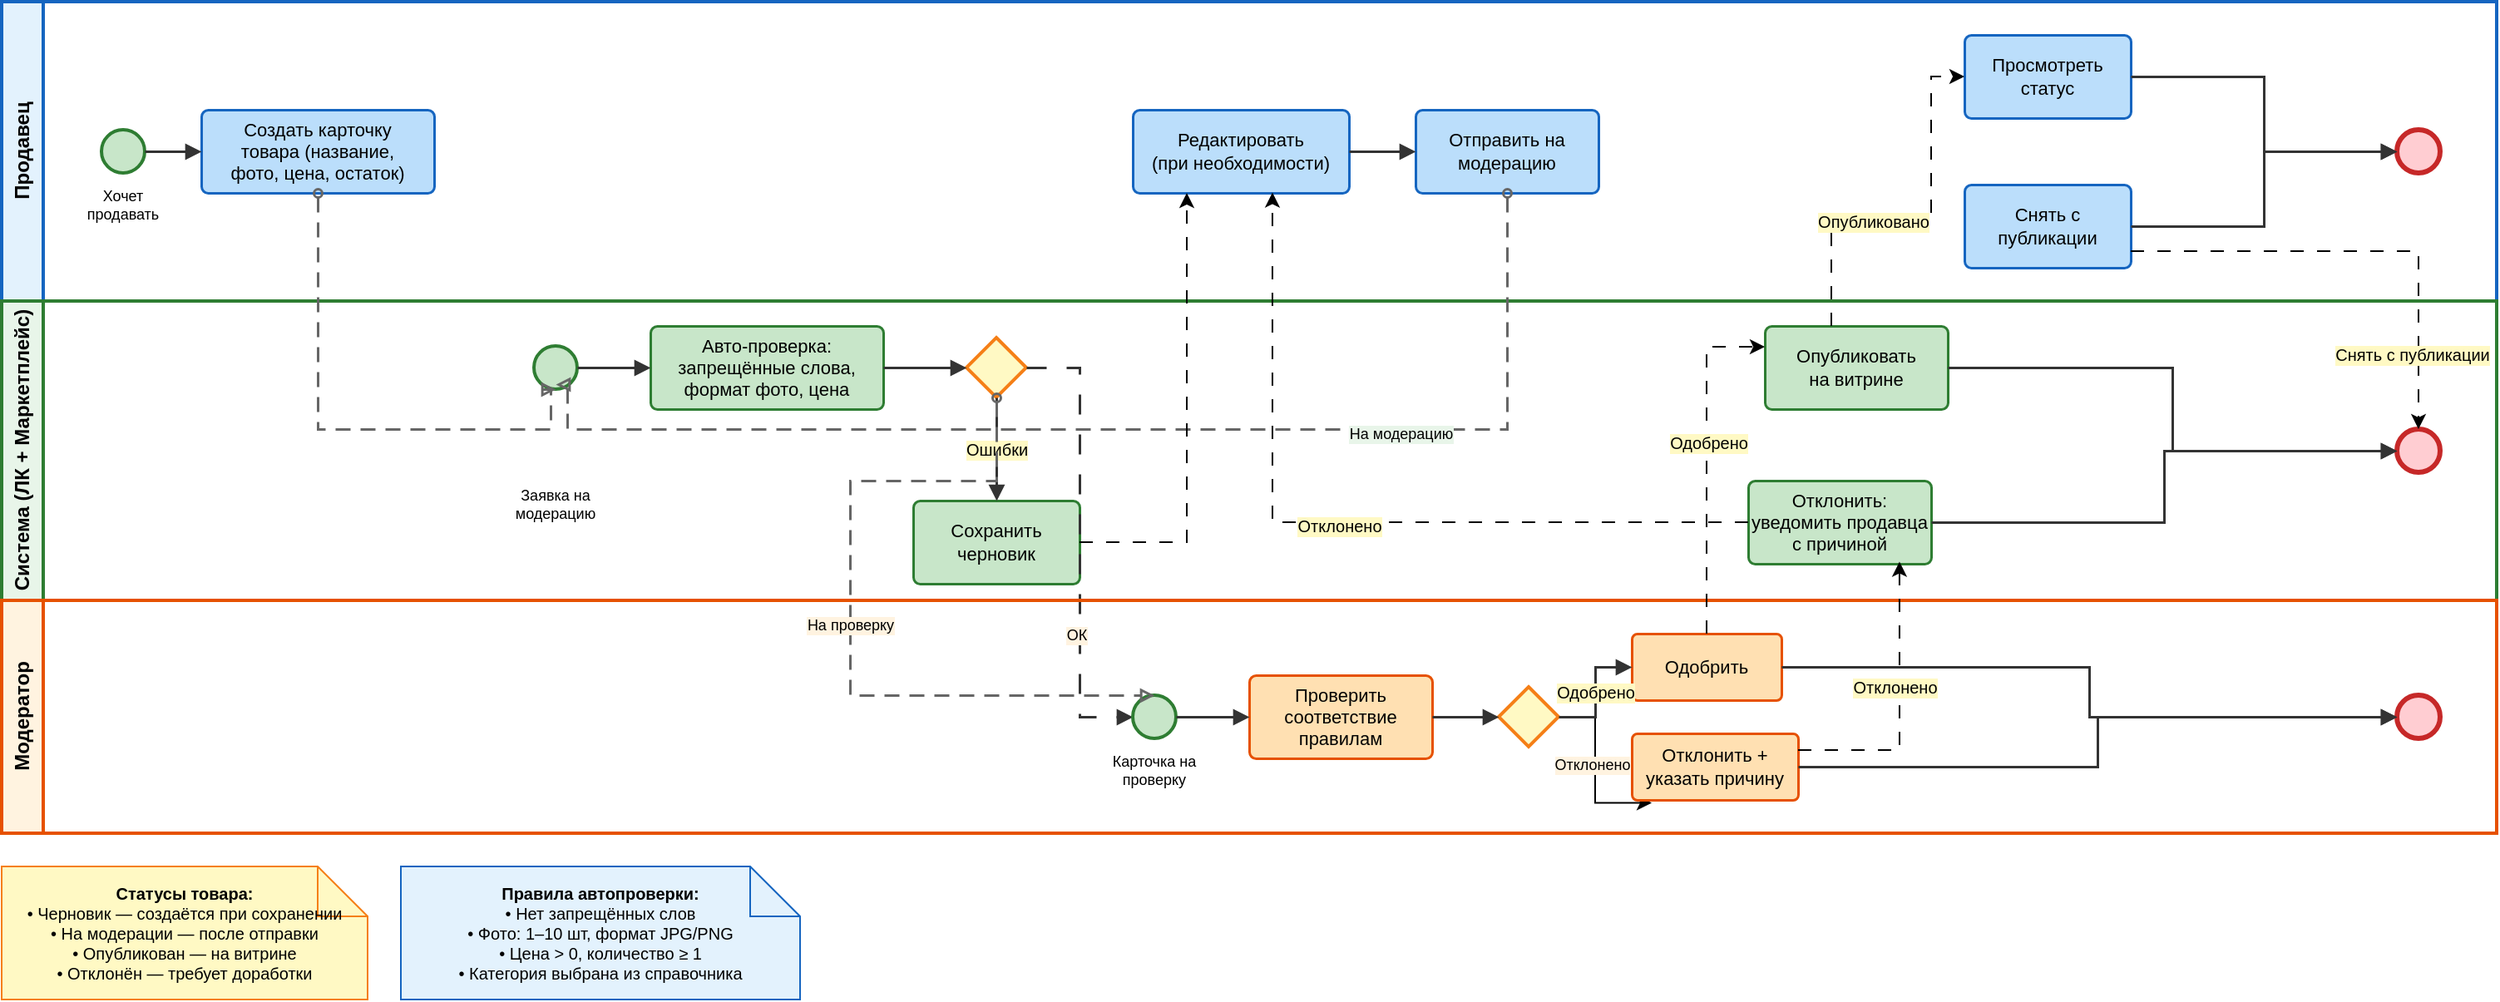
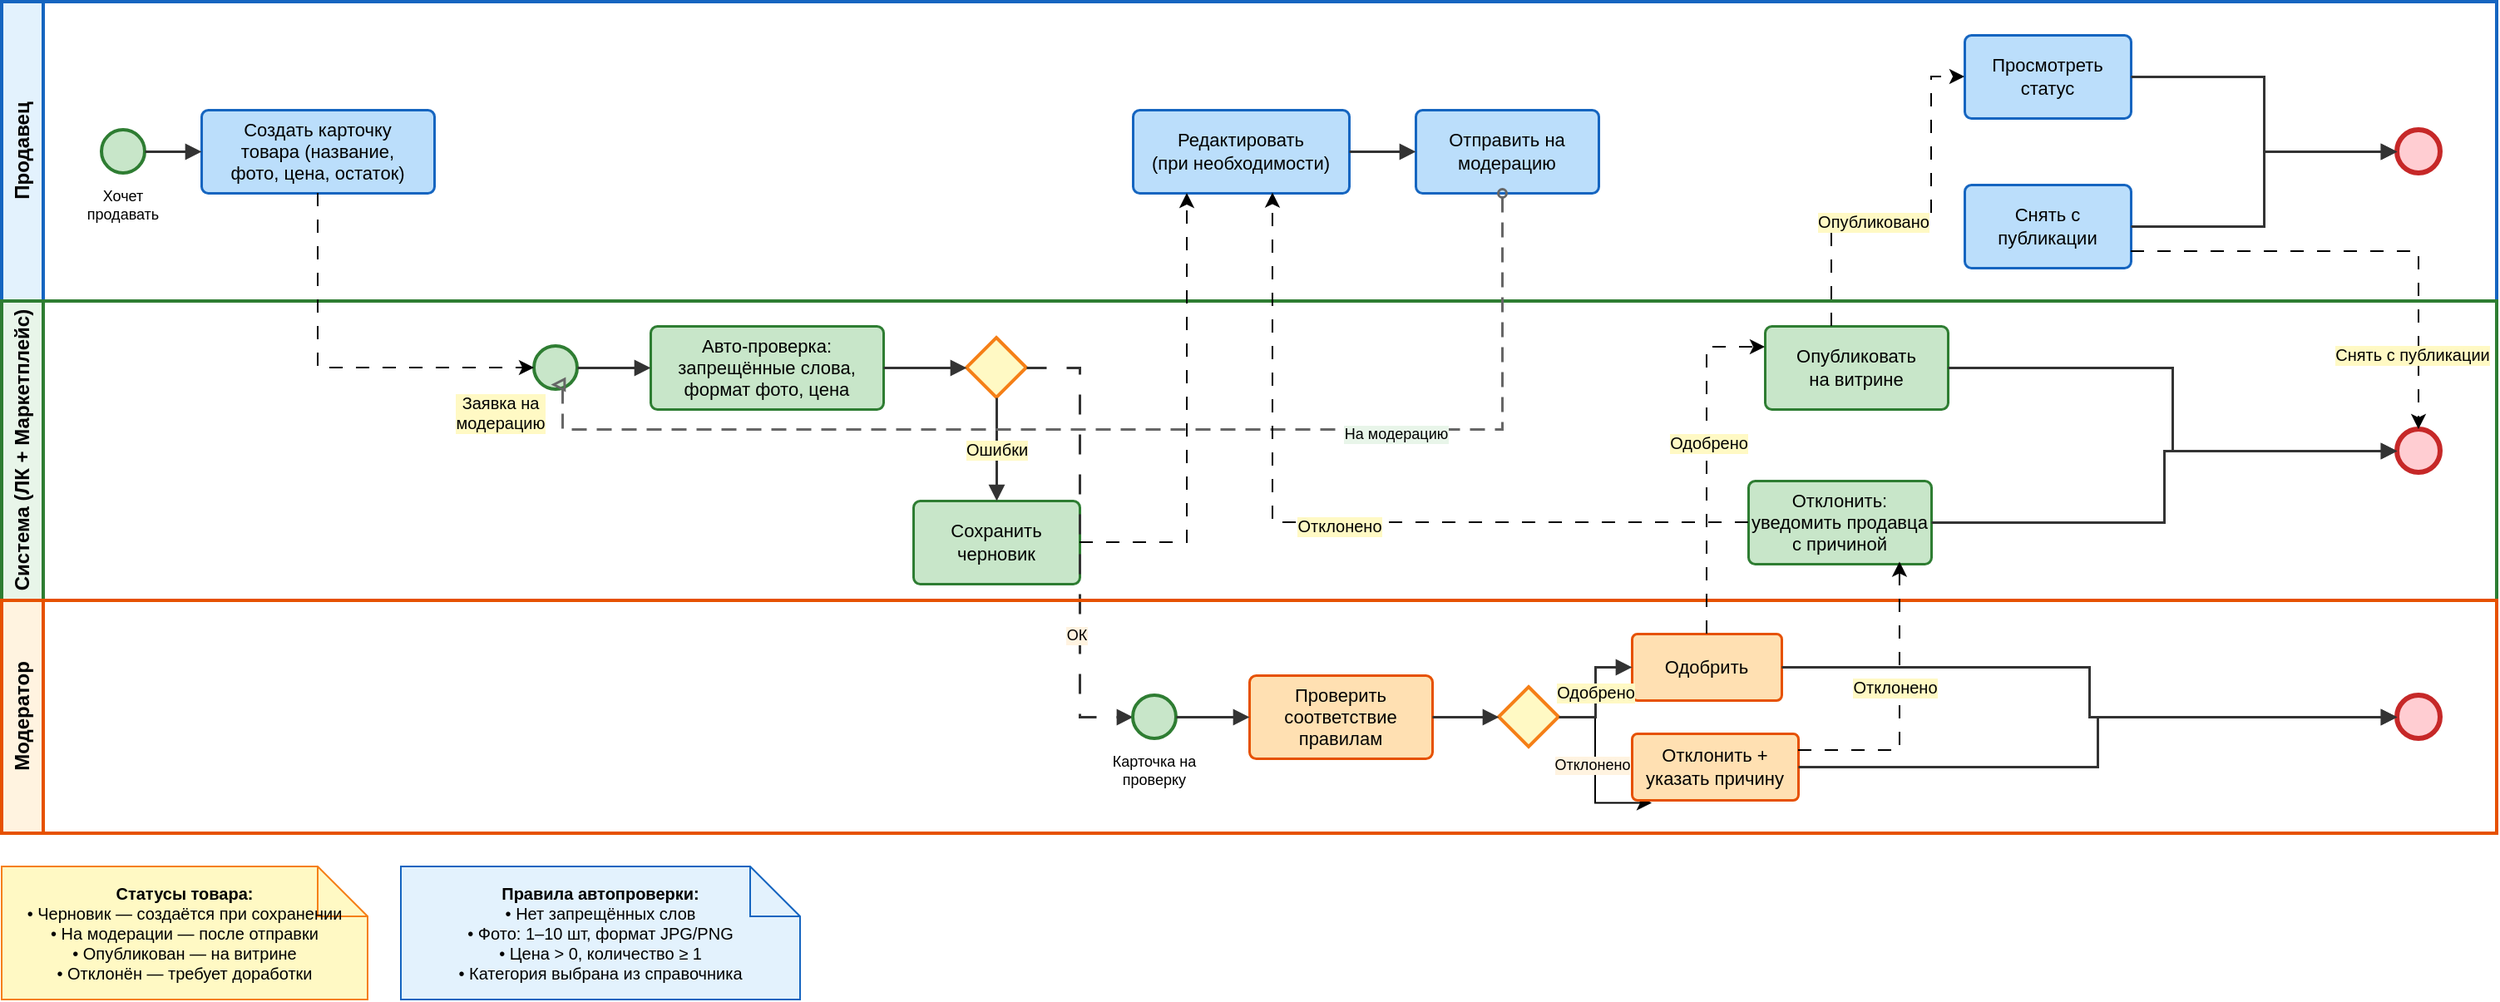
<mxfile host="app.diagrams.net" agent="Kimi">
  <diagram name="Публикация товара" id="product-publish-bpmn">
    <mxGraphModel dx="1288" dy="711" grid="1" gridSize="10" guides="1" tooltips="1" connect="1" arrows="1" fold="1" page="1" pageScale="1" pageWidth="1700" pageHeight="900" math="0" shadow="0">
      <root>
        <mxCell id="0" />
        <mxCell id="1" parent="0" />
        <mxCell id="pool-seller" parent="1" style="swimlane;horizontal=0;startSize=25;swimlaneLine=1;collapsible=0;fontStyle=1;fillColor=#E3F2FD;strokeColor=#1565C0;strokeWidth=2;fontSize=12;whiteSpace=wrap;" value="Продавец" vertex="1">
          <mxGeometry height="180" width="1500" x="40" y="40" as="geometry" />
        </mxCell>
        <mxCell id="start-seller" parent="pool-seller" style="ellipse;whiteSpace=wrap;html=1;aspect=fixed;fillColor=#C8E6C9;strokeColor=#2E7D32;strokeWidth=2;" value="" vertex="1">
          <mxGeometry height="26" width="26" x="60" y="77" as="geometry" />
        </mxCell>
        <mxCell id="lbl-start-seller" parent="pool-seller" style="text;html=1;strokeColor=none;fillColor=none;align=center;verticalAlign=top;whiteSpace=wrap;rounded=0;fontSize=9;" value="Хочет&#xa;продавать" vertex="1">
          <mxGeometry height="28" width="60" x="43" y="105" as="geometry" />
        </mxCell>
        <mxCell id="task-create" parent="pool-seller" style="rounded=1;whiteSpace=wrap;html=1;arcSize=8;fillColor=#BBDEFB;strokeColor=#1565C0;strokeWidth=1.5;fontSize=11;" value="Создать карточку&#xa;товара (название,&#xa;фото, цена, остаток)" vertex="1">
          <mxGeometry height="50" width="140" x="120" y="65" as="geometry" />
        </mxCell>
        <mxCell id="task-edit" parent="pool-seller" style="rounded=1;whiteSpace=wrap;html=1;arcSize=8;fillColor=#BBDEFB;strokeColor=#1565C0;strokeWidth=1.5;fontSize=11;" value="Редактировать&#xa;(при необходимости)" vertex="1">
          <mxGeometry height="50" width="130" x="680" y="65" as="geometry" />
        </mxCell>
        <mxCell id="task-send" parent="pool-seller" style="rounded=1;whiteSpace=wrap;html=1;arcSize=8;fillColor=#BBDEFB;strokeColor=#1565C0;strokeWidth=1.5;fontSize=11;" value="Отправить на&#xa;модерацию" vertex="1">
          <mxGeometry height="50" width="110" x="850" y="65" as="geometry" />
        </mxCell>
        <mxCell id="task-view-status" parent="pool-seller" style="rounded=1;whiteSpace=wrap;html=1;arcSize=8;fillColor=#BBDEFB;strokeColor=#1565C0;strokeWidth=1.5;fontSize=11;" value="Просмотреть&#xa;статус" vertex="1">
          <mxGeometry height="50" width="100" x="1180" y="20" as="geometry" />
        </mxCell>
        <mxCell id="task-unpublish" parent="pool-seller" style="rounded=1;whiteSpace=wrap;html=1;arcSize=8;fillColor=#BBDEFB;strokeColor=#1565C0;strokeWidth=1.5;fontSize=11;" value="Снять с&#xa;публикации" vertex="1">
          <mxGeometry height="50" width="100" x="1180" y="110" as="geometry" />
        </mxCell>
        <mxCell id="end-seller" parent="pool-seller" style="ellipse;whiteSpace=wrap;html=1;aspect=fixed;fillColor=#FFCDD2;strokeColor=#C62828;strokeWidth=3;" value="" vertex="1">
          <mxGeometry height="26" width="26" x="1440" y="77" as="geometry" />
        </mxCell>
        <mxCell id="sf-s1" edge="1" parent="pool-seller" source="start-seller" style="edgeStyle=orthogonalEdgeStyle;rounded=0;orthogonalLoop=1;jettySize=auto;html=1;exitX=1;exitY=0.5;exitDx=0;exitDy=0;entryX=0;entryY=0.5;entryDx=0;entryDy=0;strokeColor=#333333;strokeWidth=1.5;endArrow=block;endFill=1;" target="task-create" value="">
          <mxGeometry relative="1" as="geometry" />
        </mxCell>
        <mxCell id="sf-s2" edge="1" parent="pool-seller" source="task-edit" style="edgeStyle=orthogonalEdgeStyle;rounded=0;orthogonalLoop=1;jettySize=auto;html=1;exitX=1;exitY=0.5;exitDx=0;exitDy=0;entryX=0;entryY=0.5;entryDx=0;entryDy=0;strokeColor=#333333;strokeWidth=1.5;endArrow=block;endFill=1;" target="task-send" value="">
          <mxGeometry relative="1" as="geometry" />
        </mxCell>
        <mxCell id="sf-s3" edge="1" parent="pool-seller" source="task-view-status" style="edgeStyle=orthogonalEdgeStyle;rounded=0;orthogonalLoop=1;jettySize=auto;html=1;exitX=1;exitY=0.5;exitDx=0;exitDy=0;entryX=0;entryY=0.5;entryDx=0;entryDy=0;strokeColor=#333333;strokeWidth=1.5;endArrow=block;endFill=1;" target="end-seller" value="">
          <mxGeometry relative="1" as="geometry" />
        </mxCell>
        <mxCell id="sf-s4" edge="1" parent="pool-seller" source="task-unpublish" style="edgeStyle=orthogonalEdgeStyle;rounded=0;orthogonalLoop=1;jettySize=auto;html=1;exitX=1;exitY=0.5;exitDx=0;exitDy=0;entryX=0;entryY=0.5;entryDx=0;entryDy=0;strokeColor=#333333;strokeWidth=1.5;endArrow=block;endFill=1;" target="end-seller" value="">
          <mxGeometry relative="1" as="geometry" />
        </mxCell>
        <mxCell id="pool-system" parent="1" style="swimlane;horizontal=0;startSize=25;swimlaneLine=1;collapsible=0;fontStyle=1;fillColor=#E8F5E9;strokeColor=#2E7D32;strokeWidth=2;fontSize=12;whiteSpace=wrap;" value="Система (ЛК + Маркетплейс)" vertex="1">
          <mxGeometry height="180" width="1500" x="40" y="220" as="geometry" />
        </mxCell>
        <mxCell id="start-system" parent="pool-system" style="ellipse;whiteSpace=wrap;html=1;aspect=fixed;fillColor=#C8E6C9;strokeColor=#2E7D32;strokeWidth=2;" value="" vertex="1">
          <mxGeometry height="26" width="26" x="320" y="27" as="geometry" />
        </mxCell>
-         <mxCell id="lbl-start-system" parent="pool-system" style="text;html=1;strokeColor=none;fillColor=none;align=center;verticalAlign=top;whiteSpace=wrap;rounded=0;fontSize=9;" value="Заявка на&#xa;модерацию" vertex="1">
-           <mxGeometry height="28" width="60" x="303" y="105" as="geometry" />
+         <mxCell id="lbl-start-system" parent="pool-system" style="text;html=1;strokeColor=none;fillColor=none;align=center;verticalAlign=middle;whiteSpace=wrap;rounded=0;fontSize=10;fontFamily=Helvetica;fontColor=default;fontStyle=0;labelBackgroundColor=#FFF9C4;" value="Заявка на&#xa;модерацию" vertex="1">
+           <mxGeometry height="28" width="60" x="270" y="53" as="geometry" />
        </mxCell>
        <mxCell id="task-validate" parent="pool-system" style="rounded=1;whiteSpace=wrap;html=1;arcSize=8;fillColor=#C8E6C9;strokeColor=#2E7D32;strokeWidth=1.5;fontSize=11;" value="Авто-проверка:&#xa;запрещённые слова,&#xa;формат фото, цена" vertex="1">
          <mxGeometry height="50" width="140" x="390" y="15" as="geometry" />
        </mxCell>
        <mxCell id="gateway-auto" parent="pool-system" style="rhombus;whiteSpace=wrap;html=1;fillColor=#FFF9C4;strokeColor=#F57F17;strokeWidth=2;" value="" vertex="1">
          <mxGeometry height="36" width="36" x="580" y="22" as="geometry" />
        </mxCell>
        <mxCell id="task-save-draft" parent="pool-system" style="rounded=1;whiteSpace=wrap;html=1;arcSize=8;fillColor=#C8E6C9;strokeColor=#2E7D32;strokeWidth=1.5;fontSize=11;" value="Сохранить&#xa;черновик" vertex="1">
          <mxGeometry height="50" width="100" x="548" y="120" as="geometry" />
        </mxCell>
        <mxCell id="task-publish" parent="pool-system" style="rounded=1;whiteSpace=wrap;html=1;arcSize=8;fillColor=#C8E6C9;strokeColor=#2E7D32;strokeWidth=1.5;fontSize=11;" value="Опубликовать&#xa;на витрине" vertex="1">
          <mxGeometry height="50" width="110" x="1060" y="15" as="geometry" />
        </mxCell>
        <mxCell id="task-reject-sys" parent="pool-system" style="rounded=1;whiteSpace=wrap;html=1;arcSize=8;fillColor=#C8E6C9;strokeColor=#2E7D32;strokeWidth=1.5;fontSize=11;" value="Отклонить:&#xa;уведомить продавца&#xa;с причиной" vertex="1">
          <mxGeometry height="50" width="110" x="1050" y="108" as="geometry" />
        </mxCell>
        <mxCell id="end-system-ok" parent="pool-system" style="ellipse;whiteSpace=wrap;html=1;aspect=fixed;fillColor=#FFCDD2;strokeColor=#C62828;strokeWidth=3;" value="" vertex="1">
          <mxGeometry height="26" width="26" x="1440" y="77" as="geometry" />
        </mxCell>
        <mxCell id="sf-sys1" edge="1" parent="pool-system" source="start-system" style="edgeStyle=orthogonalEdgeStyle;rounded=0;orthogonalLoop=1;jettySize=auto;html=1;exitX=1;exitY=0.5;exitDx=0;exitDy=0;entryX=0;entryY=0.5;entryDx=0;entryDy=0;strokeColor=#333333;strokeWidth=1.5;endArrow=block;endFill=1;" target="task-validate" value="">
          <mxGeometry relative="1" as="geometry" />
        </mxCell>
        <mxCell id="sf-sys2" edge="1" parent="pool-system" source="task-validate" style="edgeStyle=orthogonalEdgeStyle;rounded=0;orthogonalLoop=1;jettySize=auto;html=1;exitX=1;exitY=0.5;exitDx=0;exitDy=0;entryX=0;entryY=0.5;entryDx=0;entryDy=0;strokeColor=#333333;strokeWidth=1.5;endArrow=block;endFill=1;" target="gateway-auto" value="">
          <mxGeometry relative="1" as="geometry" />
        </mxCell>
        <mxCell id="sf-sys3" edge="1" parent="pool-system" source="gateway-auto" style="edgeStyle=orthogonalEdgeStyle;rounded=0;orthogonalLoop=1;jettySize=auto;html=1;exitX=0.5;exitY=1;exitDx=0;exitDy=0;entryX=0.5;entryY=0;entryDx=0;entryDy=0;strokeColor=#333333;strokeWidth=1.5;endArrow=block;endFill=1;labelBackgroundColor=#FFF9C4;fontSize=10;" target="task-save-draft" value="Ошибки">
          <mxGeometry relative="1" as="geometry" />
        </mxCell>
        <mxCell id="sf-sys4" edge="1" parent="pool-system" source="gateway-auto" style="edgeStyle=orthogonalEdgeStyle;rounded=0;orthogonalLoop=1;jettySize=auto;html=1;exitX=1;exitY=0.5;exitDx=0;exitDy=0;entryX=0;entryY=0.5;entryDx=0;entryDy=0;strokeColor=#333333;strokeWidth=1.5;endArrow=block;endFill=1;labelBackgroundColor=#FFF9C4;fontSize=10;dashed=1;dashPattern=8 8;" target="start-moderator" value="">
          <mxGeometry relative="1" as="geometry" />
        </mxCell>
        <mxCell id="LQupT064AYVrGXeOsNIc-1" connectable="0" parent="sf-sys4" style="edgeLabel;html=1;align=center;verticalAlign=middle;resizable=0;points=[];fontFamily=Helvetica;fontSize=9;fontColor=default;fontStyle=0;labelBackgroundColor=#FFF3E0;" value="ОК" vertex="1">
          <mxGeometry relative="1" x="0.4081" y="-2" as="geometry">
            <mxPoint as="offset" />
          </mxGeometry>
        </mxCell>
        <mxCell id="sf-sys5" edge="1" parent="pool-system" source="task-publish" style="edgeStyle=orthogonalEdgeStyle;rounded=0;orthogonalLoop=1;jettySize=auto;html=1;exitX=1;exitY=0.5;exitDx=0;exitDy=0;entryX=0;entryY=0.5;entryDx=0;entryDy=0;strokeColor=#333333;strokeWidth=1.5;endArrow=block;endFill=1;" target="end-system-ok" value="">
          <mxGeometry relative="1" as="geometry" />
        </mxCell>
        <mxCell id="sf-sys6" edge="1" parent="pool-system" source="task-reject-sys" style="edgeStyle=orthogonalEdgeStyle;rounded=0;orthogonalLoop=1;jettySize=auto;html=1;exitX=1;exitY=0.5;exitDx=0;exitDy=0;entryX=0;entryY=0.5;entryDx=0;entryDy=0;strokeColor=#333333;strokeWidth=1.5;endArrow=block;endFill=1;" target="end-system-ok" value="">
          <mxGeometry relative="1" as="geometry" />
        </mxCell>
-         <mxCell id="pool-moderator" parent="1" style="swimlane;horizontal=0;startSize=25;swimlaneLine=1;collapsible=0;fontStyle=1;fillColor=#FFF3E0;strokeColor=#E65100;strokeWidth=2;fontSize=12;whiteSpace=wrap;" value="Модератор" vertex="1">
-           <mxGeometry height="140" width="1500" x="40" y="400" as="geometry" />
-         </mxCell>
-         <mxCell id="start-moderator" parent="pool-moderator" style="ellipse;whiteSpace=wrap;html=1;aspect=fixed;fillColor=#C8E6C9;strokeColor=#2E7D32;strokeWidth=2;" value="" vertex="1">
-           <mxGeometry height="26" width="26" x="680" y="57" as="geometry" />
-         </mxCell>
-         <mxCell id="lbl-start-mod" parent="pool-moderator" style="text;html=1;strokeColor=none;fillColor=none;align=center;verticalAlign=top;whiteSpace=wrap;rounded=0;fontSize=9;" value="Карточка на&#xa;проверку" vertex="1">
-           <mxGeometry height="28" width="60" x="663" y="85" as="geometry" />
-         </mxCell>
-         <mxCell id="task-check" parent="pool-moderator" style="rounded=1;whiteSpace=wrap;html=1;arcSize=8;fillColor=#FFE0B2;strokeColor=#E65100;strokeWidth=1.5;fontSize=11;" value="Проверить&#xa;соответствие&#xa;правилам" vertex="1">
-           <mxGeometry height="50" width="110" x="750" y="45" as="geometry" />
-         </mxCell>
-         <mxCell id="LQupT064AYVrGXeOsNIc-2" edge="1" parent="pool-moderator" source="gateway-mod" style="edgeStyle=orthogonalEdgeStyle;rounded=0;orthogonalLoop=1;jettySize=auto;html=1;entryX=0.12;entryY=1.044;entryDx=0;entryDy=0;entryPerimeter=0;" target="task-reject-mod">
-           <mxGeometry relative="1" as="geometry">
-             <mxPoint x="918" y="130" as="targetPoint" />
-           </mxGeometry>
-         </mxCell>
-         <mxCell id="LQupT064AYVrGXeOsNIc-4" connectable="0" parent="LQupT064AYVrGXeOsNIc-2" style="edgeLabel;html=1;align=center;verticalAlign=middle;resizable=0;points=[];fontFamily=Helvetica;fontSize=9;fontColor=default;fontStyle=0;labelBackgroundColor=#FFF3E0;" value="Отклонено" vertex="1">
-           <mxGeometry relative="1" x="-0.0534" y="-2" as="geometry">
-             <mxPoint as="offset" />
-           </mxGeometry>
-         </mxCell>
-         <mxCell id="gateway-mod" parent="pool-moderator" style="rhombus;whiteSpace=wrap;html=1;fillColor=#FFF9C4;strokeColor=#F57F17;strokeWidth=2;" value="" vertex="1">
-           <mxGeometry height="36" width="36" x="900" y="52" as="geometry" />
-         </mxCell>
-         <mxCell id="task-approve" parent="pool-moderator" style="rounded=1;whiteSpace=wrap;html=1;arcSize=8;fillColor=#FFE0B2;strokeColor=#E65100;strokeWidth=1.5;fontSize=11;" value="Одобрить" vertex="1">
-           <mxGeometry height="40" width="90" x="980" y="20" as="geometry" />
-         </mxCell>
-         <mxCell id="task-reject-mod" parent="pool-moderator" style="rounded=1;whiteSpace=wrap;html=1;arcSize=8;fillColor=#FFE0B2;strokeColor=#E65100;strokeWidth=1.5;fontSize=11;" value="Отклонить +&#xa;указать причину" vertex="1">
-           <mxGeometry height="40" width="100" x="980" y="80" as="geometry" />
-         </mxCell>
-         <mxCell id="end-mod" parent="pool-moderator" style="ellipse;whiteSpace=wrap;html=1;aspect=fixed;fillColor=#FFCDD2;strokeColor=#C62828;strokeWidth=3;" value="" vertex="1">
-           <mxGeometry height="26" width="26" x="1440" y="57" as="geometry" />
-         </mxCell>
-         <mxCell id="sf-m1" edge="1" parent="pool-moderator" source="start-moderator" style="edgeStyle=orthogonalEdgeStyle;rounded=0;orthogonalLoop=1;jettySize=auto;html=1;exitX=1;exitY=0.5;exitDx=0;exitDy=0;entryX=0;entryY=0.5;entryDx=0;entryDy=0;strokeColor=#333333;strokeWidth=1.5;endArrow=block;endFill=1;" target="task-check" value="">
-           <mxGeometry relative="1" as="geometry" />
-         </mxCell>
-         <mxCell id="sf-m2" edge="1" parent="pool-moderator" source="task-check" style="edgeStyle=orthogonalEdgeStyle;rounded=0;orthogonalLoop=1;jettySize=auto;html=1;exitX=1;exitY=0.5;exitDx=0;exitDy=0;entryX=0;entryY=0.5;entryDx=0;entryDy=0;strokeColor=#333333;strokeWidth=1.5;endArrow=block;endFill=1;" target="gateway-mod" value="">
-           <mxGeometry relative="1" as="geometry" />
-         </mxCell>
-         <mxCell id="sf-m3" edge="1" parent="pool-moderator" source="gateway-mod" style="edgeStyle=orthogonalEdgeStyle;rounded=0;orthogonalLoop=1;jettySize=auto;html=1;exitX=1;exitY=0.5;exitDx=0;exitDy=0;entryX=0;entryY=0.5;entryDx=0;entryDy=0;strokeColor=#333333;strokeWidth=1.5;endArrow=block;endFill=1;labelBackgroundColor=#FFF9C4;fontSize=10;" target="task-approve" value="Одобрено">
-           <mxGeometry relative="1" x="0.0135" as="geometry">
-             <mxPoint as="offset" />
-           </mxGeometry>
-         </mxCell>
-         <mxCell id="sf-m5" edge="1" parent="pool-moderator" source="task-approve" style="edgeStyle=orthogonalEdgeStyle;rounded=0;orthogonalLoop=1;jettySize=auto;html=1;exitX=1;exitY=0.5;exitDx=0;exitDy=0;entryX=0;entryY=0.5;entryDx=0;entryDy=0;strokeColor=#333333;strokeWidth=1.5;endArrow=block;endFill=1;" target="end-mod" value="">
-           <mxGeometry relative="1" as="geometry" />
-         </mxCell>
-         <mxCell id="sf-m6" edge="1" parent="pool-moderator" source="task-reject-mod" style="edgeStyle=orthogonalEdgeStyle;rounded=0;orthogonalLoop=1;jettySize=auto;html=1;exitX=1;exitY=0.5;exitDx=0;exitDy=0;entryX=0;entryY=0.5;entryDx=0;entryDy=0;strokeColor=#333333;strokeWidth=1.5;endArrow=block;endFill=1;" target="end-mod" value="">
-           <mxGeometry relative="1" as="geometry" />
-         </mxCell>
-         <mxCell id="mf1" edge="1" parent="1" source="task-create" style="edgeStyle=orthogonalEdgeStyle;rounded=0;orthogonalLoop=1;jettySize=auto;html=1;exitX=0.5;exitY=1;exitDx=0;exitDy=0;entryX=0.5;entryY=1;entryDx=0;entryDy=0;strokeColor=#666666;strokeWidth=1.5;dashed=1;dashPattern=6 4;startArrow=oval;startFill=0;startSize=5;endArrow=block;endFill=0;endSize=5;" target="start-system" value="">
-           <mxGeometry relative="1" as="geometry">
-             <Array as="points">
-               <mxPoint x="230" y="297" />
-               <mxPoint x="370" y="297" />
-               <mxPoint x="370" y="273" />
-             </Array>
-           </mxGeometry>
-         </mxCell>
-         <mxCell id="mf3" edge="1" parent="1" source="task-send" style="edgeStyle=orthogonalEdgeStyle;rounded=0;orthogonalLoop=1;jettySize=auto;html=1;exitX=0.5;exitY=1;exitDx=0;exitDy=0;strokeColor=#666666;strokeWidth=1.5;dashed=1;dashPattern=6 4;startArrow=oval;startFill=0;startSize=5;endArrow=block;endFill=0;endSize=5;fontSize=9;labelBackgroundColor=#E8F5E9;" value="На модерацию">
+         <mxCell id="mf3" edge="1" parent="pool-system" style="edgeStyle=orthogonalEdgeStyle;rounded=0;orthogonalLoop=1;jettySize=auto;html=1;exitX=0.5;exitY=1;exitDx=0;exitDy=0;strokeColor=#666666;strokeWidth=1.5;dashed=1;dashPattern=6 4;startArrow=oval;startFill=0;startSize=5;endArrow=block;endFill=0;endSize=5;fontSize=9;labelBackgroundColor=#E8F5E9;" value="На модерацию">
          <mxGeometry relative="1" x="-0.4413" y="3" as="geometry">
            <mxPoint x="1" as="offset" />
            <Array as="points">
-               <mxPoint x="945" y="297" />
-               <mxPoint x="380" y="297" />
-               <mxPoint x="380" y="270" />
+               <mxPoint x="902" y="77" />
+               <mxPoint x="337" y="77" />
+               <mxPoint x="337" y="50" />
            </Array>
-             <mxPoint x="373" y="270" as="targetPoint" />
-           </mxGeometry>
-         </mxCell>
-         <mxCell id="mf4" edge="1" parent="1" source="gateway-auto" style="edgeStyle=orthogonalEdgeStyle;rounded=0;orthogonalLoop=1;jettySize=auto;html=1;exitX=0.5;exitY=1;exitDx=0;exitDy=0;entryX=0.5;entryY=0;entryDx=0;entryDy=0;strokeColor=#666666;strokeWidth=1.5;dashed=1;dashPattern=6 4;startArrow=oval;startFill=0;startSize=5;endArrow=block;endFill=0;endSize=5;fontSize=9;labelBackgroundColor=#FFF3E0;" target="start-moderator" value="На проверку">
-           <mxGeometry relative="1" as="geometry">
-             <Array as="points">
-               <mxPoint x="638" y="328" />
-               <mxPoint x="550" y="328" />
-               <mxPoint x="550" y="457" />
-             </Array>
-           </mxGeometry>
+             <mxPoint x="902" y="-65" as="sourcePoint" />
+             <mxPoint x="330" y="50" as="targetPoint" />
+           </mxGeometry>
+         </mxCell>
+         <mxCell id="pool-moderator" parent="1" style="swimlane;horizontal=0;startSize=25;swimlaneLine=1;collapsible=0;fontStyle=1;fillColor=#FFF3E0;strokeColor=#E65100;strokeWidth=2;fontSize=12;whiteSpace=wrap;" value="Модератор" vertex="1">
+           <mxGeometry height="140" width="1500" x="40" y="400" as="geometry" />
+         </mxCell>
+         <mxCell id="start-moderator" parent="pool-moderator" style="ellipse;whiteSpace=wrap;html=1;aspect=fixed;fillColor=#C8E6C9;strokeColor=#2E7D32;strokeWidth=2;" value="" vertex="1">
+           <mxGeometry height="26" width="26" x="680" y="57" as="geometry" />
+         </mxCell>
+         <mxCell id="lbl-start-mod" parent="pool-moderator" style="text;html=1;strokeColor=none;fillColor=none;align=center;verticalAlign=top;whiteSpace=wrap;rounded=0;fontSize=9;" value="Карточка на&#xa;проверку" vertex="1">
+           <mxGeometry height="28" width="60" x="663" y="85" as="geometry" />
+         </mxCell>
+         <mxCell id="task-check" parent="pool-moderator" style="rounded=1;whiteSpace=wrap;html=1;arcSize=8;fillColor=#FFE0B2;strokeColor=#E65100;strokeWidth=1.5;fontSize=11;" value="Проверить&#xa;соответствие&#xa;правилам" vertex="1">
+           <mxGeometry height="50" width="110" x="750" y="45" as="geometry" />
+         </mxCell>
+         <mxCell id="LQupT064AYVrGXeOsNIc-2" edge="1" parent="pool-moderator" source="gateway-mod" style="edgeStyle=orthogonalEdgeStyle;rounded=0;orthogonalLoop=1;jettySize=auto;html=1;entryX=0.12;entryY=1.044;entryDx=0;entryDy=0;entryPerimeter=0;" target="task-reject-mod">
+           <mxGeometry relative="1" as="geometry">
+             <mxPoint x="918" y="130" as="targetPoint" />
+           </mxGeometry>
+         </mxCell>
+         <mxCell id="LQupT064AYVrGXeOsNIc-4" connectable="0" parent="LQupT064AYVrGXeOsNIc-2" style="edgeLabel;html=1;align=center;verticalAlign=middle;resizable=0;points=[];fontFamily=Helvetica;fontSize=9;fontColor=default;fontStyle=0;labelBackgroundColor=#FFF3E0;" value="Отклонено" vertex="1">
+           <mxGeometry relative="1" x="-0.0534" y="-2" as="geometry">
+             <mxPoint as="offset" />
+           </mxGeometry>
+         </mxCell>
+         <mxCell id="gateway-mod" parent="pool-moderator" style="rhombus;whiteSpace=wrap;html=1;fillColor=#FFF9C4;strokeColor=#F57F17;strokeWidth=2;" value="" vertex="1">
+           <mxGeometry height="36" width="36" x="900" y="52" as="geometry" />
+         </mxCell>
+         <mxCell id="task-approve" parent="pool-moderator" style="rounded=1;whiteSpace=wrap;html=1;arcSize=8;fillColor=#FFE0B2;strokeColor=#E65100;strokeWidth=1.5;fontSize=11;" value="Одобрить" vertex="1">
+           <mxGeometry height="40" width="90" x="980" y="20" as="geometry" />
+         </mxCell>
+         <mxCell id="task-reject-mod" parent="pool-moderator" style="rounded=1;whiteSpace=wrap;html=1;arcSize=8;fillColor=#FFE0B2;strokeColor=#E65100;strokeWidth=1.5;fontSize=11;" value="Отклонить +&#xa;указать причину" vertex="1">
+           <mxGeometry height="40" width="100" x="980" y="80" as="geometry" />
+         </mxCell>
+         <mxCell id="end-mod" parent="pool-moderator" style="ellipse;whiteSpace=wrap;html=1;aspect=fixed;fillColor=#FFCDD2;strokeColor=#C62828;strokeWidth=3;" value="" vertex="1">
+           <mxGeometry height="26" width="26" x="1440" y="57" as="geometry" />
+         </mxCell>
+         <mxCell id="sf-m1" edge="1" parent="pool-moderator" source="start-moderator" style="edgeStyle=orthogonalEdgeStyle;rounded=0;orthogonalLoop=1;jettySize=auto;html=1;exitX=1;exitY=0.5;exitDx=0;exitDy=0;entryX=0;entryY=0.5;entryDx=0;entryDy=0;strokeColor=#333333;strokeWidth=1.5;endArrow=block;endFill=1;" target="task-check" value="">
+           <mxGeometry relative="1" as="geometry" />
+         </mxCell>
+         <mxCell id="sf-m2" edge="1" parent="pool-moderator" source="task-check" style="edgeStyle=orthogonalEdgeStyle;rounded=0;orthogonalLoop=1;jettySize=auto;html=1;exitX=1;exitY=0.5;exitDx=0;exitDy=0;entryX=0;entryY=0.5;entryDx=0;entryDy=0;strokeColor=#333333;strokeWidth=1.5;endArrow=block;endFill=1;" target="gateway-mod" value="">
+           <mxGeometry relative="1" as="geometry" />
+         </mxCell>
+         <mxCell id="sf-m3" edge="1" parent="pool-moderator" source="gateway-mod" style="edgeStyle=orthogonalEdgeStyle;rounded=0;orthogonalLoop=1;jettySize=auto;html=1;exitX=1;exitY=0.5;exitDx=0;exitDy=0;entryX=0;entryY=0.5;entryDx=0;entryDy=0;strokeColor=#333333;strokeWidth=1.5;endArrow=block;endFill=1;labelBackgroundColor=#FFF9C4;fontSize=10;" target="task-approve" value="Одобрено">
+           <mxGeometry relative="1" x="0.0135" as="geometry">
+             <mxPoint as="offset" />
+           </mxGeometry>
+         </mxCell>
+         <mxCell id="sf-m5" edge="1" parent="pool-moderator" source="task-approve" style="edgeStyle=orthogonalEdgeStyle;rounded=0;orthogonalLoop=1;jettySize=auto;html=1;exitX=1;exitY=0.5;exitDx=0;exitDy=0;entryX=0;entryY=0.5;entryDx=0;entryDy=0;strokeColor=#333333;strokeWidth=1.5;endArrow=block;endFill=1;" target="end-mod" value="">
+           <mxGeometry relative="1" as="geometry" />
+         </mxCell>
+         <mxCell id="sf-m6" edge="1" parent="pool-moderator" source="task-reject-mod" style="edgeStyle=orthogonalEdgeStyle;rounded=0;orthogonalLoop=1;jettySize=auto;html=1;exitX=1;exitY=0.5;exitDx=0;exitDy=0;entryX=0;entryY=0.5;entryDx=0;entryDy=0;strokeColor=#333333;strokeWidth=1.5;endArrow=block;endFill=1;" target="end-mod" value="">
+           <mxGeometry relative="1" as="geometry" />
        </mxCell>
        <mxCell id="note1" parent="1" style="shape=note;whiteSpace=wrap;html=1;backgroundOutline=1;fillColor=#FFF9C4;strokeColor=#F57F17;fontSize=10;" value="&lt;b&gt;Статусы товара:&lt;/b&gt;&lt;br&gt;• Черновик — создаётся при сохранении&lt;br&gt;• На модерации — после отправки&lt;br&gt;• Опубликован — на витрине&lt;br&gt;• Отклонён — требует доработки" vertex="1">
          <mxGeometry height="80" width="220" x="40" y="560" as="geometry" />
        </mxCell>
        <mxCell id="note2" parent="1" style="shape=note;whiteSpace=wrap;html=1;backgroundOutline=1;fillColor=#E3F2FD;strokeColor=#1565C0;fontSize=10;" value="&lt;b&gt;Правила автопроверки:&lt;/b&gt;&lt;br&gt;• Нет запрещённых слов&lt;br&gt;• Фото: 1–10 шт, формат JPG/PNG&lt;br&gt;• Цена &gt; 0, количество ≥ 1&lt;br&gt;• Категория выбрана из справочника" vertex="1">
          <mxGeometry height="80" width="240" x="280" y="560" as="geometry" />
        </mxCell>
        <mxCell id="LQupT064AYVrGXeOsNIc-5" edge="1" parent="1" source="task-approve" style="edgeStyle=orthogonalEdgeStyle;rounded=0;orthogonalLoop=1;jettySize=auto;html=1;entryX=0;entryY=0.25;entryDx=0;entryDy=0;dashed=1;dashPattern=8 8;" target="task-publish">
          <mxGeometry relative="1" as="geometry">
            <mxPoint x="1080" y="290" as="targetPoint" />
          </mxGeometry>
        </mxCell>
        <mxCell id="LQupT064AYVrGXeOsNIc-6" connectable="0" parent="LQupT064AYVrGXeOsNIc-5" style="edgeLabel;html=1;align=center;verticalAlign=middle;resizable=0;points=[];fontFamily=Helvetica;fontSize=10;fontColor=default;fontStyle=0;labelBackgroundColor=#FFF9C4;" value="Одобрено" vertex="1">
          <mxGeometry relative="1" x="0.1153" y="-1" as="geometry">
            <mxPoint as="offset" />
          </mxGeometry>
        </mxCell>
        <mxCell id="LQupT064AYVrGXeOsNIc-8" edge="1" parent="1" source="task-reject-mod" style="edgeStyle=orthogonalEdgeStyle;rounded=0;orthogonalLoop=1;jettySize=auto;html=1;exitX=1;exitY=0.25;exitDx=0;exitDy=0;entryX=0.827;entryY=0.975;entryDx=0;entryDy=0;entryPerimeter=0;dashed=1;dashPattern=8 8;" target="task-reject-sys">
          <mxGeometry relative="1" as="geometry" />
        </mxCell>
        <mxCell id="LQupT064AYVrGXeOsNIc-9" connectable="0" parent="LQupT064AYVrGXeOsNIc-8" style="edgeLabel;html=1;align=center;verticalAlign=middle;resizable=0;points=[];fontFamily=Helvetica;fontSize=10;fontColor=default;fontStyle=0;labelBackgroundColor=#FFF9C4;" value="Отклонено" vertex="1">
          <mxGeometry relative="1" x="0.1353" y="3" as="geometry">
            <mxPoint as="offset" />
          </mxGeometry>
        </mxCell>
        <mxCell id="LQupT064AYVrGXeOsNIc-10" edge="1" parent="1" source="task-unpublish" style="edgeStyle=orthogonalEdgeStyle;rounded=0;orthogonalLoop=1;jettySize=auto;html=1;entryX=0.5;entryY=0;entryDx=0;entryDy=0;dashed=1;dashPattern=8 8;" target="end-system-ok">
          <mxGeometry relative="1" as="geometry">
            <Array as="points">
              <mxPoint x="1493" y="190" />
            </Array>
          </mxGeometry>
        </mxCell>
        <mxCell id="LQupT064AYVrGXeOsNIc-11" connectable="0" parent="LQupT064AYVrGXeOsNIc-10" style="edgeLabel;html=1;align=center;verticalAlign=middle;resizable=0;points=[];fontFamily=Helvetica;fontSize=10;fontColor=default;fontStyle=0;labelBackgroundColor=#FFF9C4;" value="Снять с публикации" vertex="1">
          <mxGeometry relative="1" x="0.6746" y="-4" as="geometry">
            <mxPoint as="offset" />
          </mxGeometry>
        </mxCell>
        <mxCell id="LQupT064AYVrGXeOsNIc-14" edge="1" parent="1" source="task-publish" style="edgeStyle=orthogonalEdgeStyle;rounded=0;orthogonalLoop=1;jettySize=auto;html=1;entryX=0;entryY=0.5;entryDx=0;entryDy=0;dashed=1;dashPattern=8 8;" target="task-view-status">
          <mxGeometry relative="1" as="geometry">
            <Array as="points">
              <mxPoint x="1140" y="172" />
              <mxPoint x="1200" y="172" />
              <mxPoint x="1200" y="85" />
            </Array>
            <mxPoint x="1210" y="80" as="targetPoint" />
          </mxGeometry>
        </mxCell>
        <mxCell id="LQupT064AYVrGXeOsNIc-15" connectable="0" parent="LQupT064AYVrGXeOsNIc-14" style="edgeLabel;html=1;align=center;verticalAlign=middle;resizable=0;points=[];fontFamily=Helvetica;fontSize=10;fontColor=default;fontStyle=0;labelBackgroundColor=#FFF9C4;" value="Опубликовано" vertex="1">
          <mxGeometry relative="1" x="-0.2413" as="geometry">
            <mxPoint as="offset" />
          </mxGeometry>
        </mxCell>
        <mxCell id="LQupT064AYVrGXeOsNIc-16" edge="1" parent="1" source="task-reject-sys" style="edgeStyle=orthogonalEdgeStyle;rounded=0;orthogonalLoop=1;jettySize=auto;html=1;entryX=0.646;entryY=0.995;entryDx=0;entryDy=0;entryPerimeter=0;dashed=1;dashPattern=8 8;" target="task-edit">
          <mxGeometry relative="1" as="geometry" />
        </mxCell>
        <mxCell id="LQupT064AYVrGXeOsNIc-17" connectable="0" parent="LQupT064AYVrGXeOsNIc-16" style="edgeLabel;html=1;align=center;verticalAlign=middle;resizable=0;points=[];fontFamily=Helvetica;fontSize=10;fontColor=default;fontStyle=0;labelBackgroundColor=#FFF9C4;" value="Отклонено" vertex="1">
          <mxGeometry relative="1" x="0.0201" y="2" as="geometry">
            <mxPoint x="1" as="offset" />
          </mxGeometry>
        </mxCell>
        <mxCell id="LQupT064AYVrGXeOsNIc-18" edge="1" parent="1" source="task-save-draft" style="edgeStyle=orthogonalEdgeStyle;rounded=0;orthogonalLoop=1;jettySize=auto;html=1;entryX=0.25;entryY=1;entryDx=0;entryDy=0;dashed=1;dashPattern=8 8;" target="task-edit">
          <mxGeometry relative="1" as="geometry" />
        </mxCell>
+         <mxCell id="LQupT064AYVrGXeOsNIc-20" edge="1" parent="1" source="task-create" style="edgeStyle=orthogonalEdgeStyle;rounded=0;orthogonalLoop=1;jettySize=auto;html=1;exitX=0.5;exitY=1;exitDx=0;exitDy=0;entryX=0;entryY=0.5;entryDx=0;entryDy=0;dashed=1;dashPattern=8 8;" target="start-system">
+           <mxGeometry relative="1" as="geometry" />
+         </mxCell>
      </root>
    </mxGraphModel>
  </diagram>
</mxfile>
